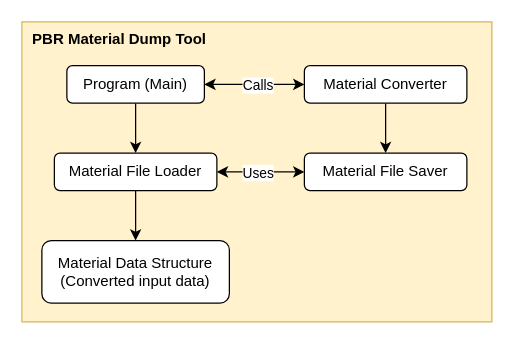
Above: doc/software-architecture.drawio in chevp/pbr-material-dump-tool (draw.io), before the change. Source tidied: cells renumbered, new cells numbered last; positions are measured from the earlier drawing's top-left corner, leaving out a move shared by most shapes. Both pictures are drawn from the tidied source at 125%, with x=0, y=0 at pixel (21, 21).
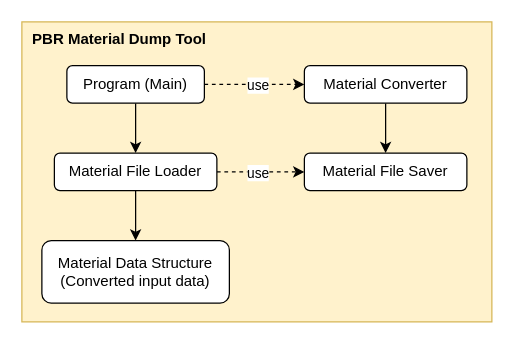
The same diagram, later.

Diff of the diagram source:
```diff
@@
 <mxGraphModel>
   <root>
     <mxCell id="0" />
     <mxCell id="1" parent="0" />
     <mxCell id="2" value="&lt;b&gt;&amp;nbsp; PBR Material Dump Tool&lt;/b&gt;" style="rounded=0;whiteSpace=wrap;html=1;fillColor=#fff2cc;strokeColor=#d6b656;verticalAlign=top;align=left;" parent="1" vertex="1">
       <mxGeometry width="376" height="240" as="geometry" />
     </mxCell>
     <mxCell id="3" style="edgeStyle=none;html=1;" parent="1" edge="1" source="4" target="9">
       <mxGeometry relative="1" as="geometry" />
     </mxCell>
     <mxCell id="4" value="Material Converter" style="rounded=1;whiteSpace=wrap;html=1;" parent="1" vertex="1">
       <mxGeometry x="226" y="35" width="130" height="30" as="geometry" />
     </mxCell>
-    <mxCell id="5" style="edgeStyle=none;html=1;startArrow=classic;startFill=1;" parent="1" edge="1" source="8" target="4">
+    <mxCell id="5" style="edgeStyle=none;html=1;startArrow=none;startFill=0;dashed=1;" parent="1" edge="1" source="8" target="4">
       <mxGeometry relative="1" as="geometry" />
     </mxCell>
-    <mxCell id="6" value="Calls" style="edgeLabel;html=1;align=center;verticalAlign=middle;" parent="5" vertex="1">
+    <mxCell id="6" value="use" style="edgeLabel;html=1;align=center;verticalAlign=middle;" parent="5" vertex="1">
       <mxGeometry x="0.03" y="-2" relative="1" as="geometry">
         <mxPoint x="1" y="-2" as="offset" />
       </mxGeometry>
     </mxCell>
     <mxCell id="7" style="edgeStyle=none;html=1;" parent="1" edge="1" source="8" target="13">
       <mxGeometry relative="1" as="geometry" />
     </mxCell>
     <mxCell id="8" value="Program (Main)" style="rounded=1;whiteSpace=wrap;html=1;" parent="1" vertex="1">
       <mxGeometry x="36" y="35" width="110" height="30" as="geometry" />
     </mxCell>
     <mxCell id="9" value="Material File Saver" style="rounded=1;whiteSpace=wrap;html=1;" parent="1" vertex="1">
       <mxGeometry x="226" y="105" width="130" height="30" as="geometry" />
     </mxCell>
-    <mxCell id="10" style="edgeStyle=none;html=1;startArrow=classic;startFill=1;" parent="1" edge="1" source="13" target="9">
+    <mxCell id="10" style="edgeStyle=none;html=1;startArrow=none;startFill=0;dashed=1;" parent="1" edge="1" source="13" target="9">
       <mxGeometry relative="1" as="geometry" />
     </mxCell>
-    <mxCell id="11" value="Uses" style="edgeLabel;html=1;align=center;verticalAlign=middle;" parent="10" vertex="1">
+    <mxCell id="11" value="use" style="edgeLabel;html=1;align=center;verticalAlign=middle;" parent="10" vertex="1">
       <mxGeometry x="0.03" y="2" relative="1" as="geometry">
         <mxPoint x="-4" y="2" as="offset" />
       </mxGeometry>
     </mxCell>
     <mxCell id="12" style="edgeStyle=none;html=1;" parent="1" edge="1" source="13" target="14">
       <mxGeometry relative="1" as="geometry" />
     </mxCell>
     <mxCell id="13" value="Material File Loader" style="rounded=1;whiteSpace=wrap;html=1;" parent="1" vertex="1">
       <mxGeometry x="26" y="105" width="130" height="30" as="geometry" />
     </mxCell>
     <mxCell id="14" value="Material Data Structure&lt;div&gt;(Converted input data)&lt;/div&gt;" style="rounded=1;whiteSpace=wrap;html=1;" parent="1" vertex="1">
       <mxGeometry x="16" y="175" width="150" height="50" as="geometry" />
     </mxCell>
   </root>
 </mxGraphModel>
```
